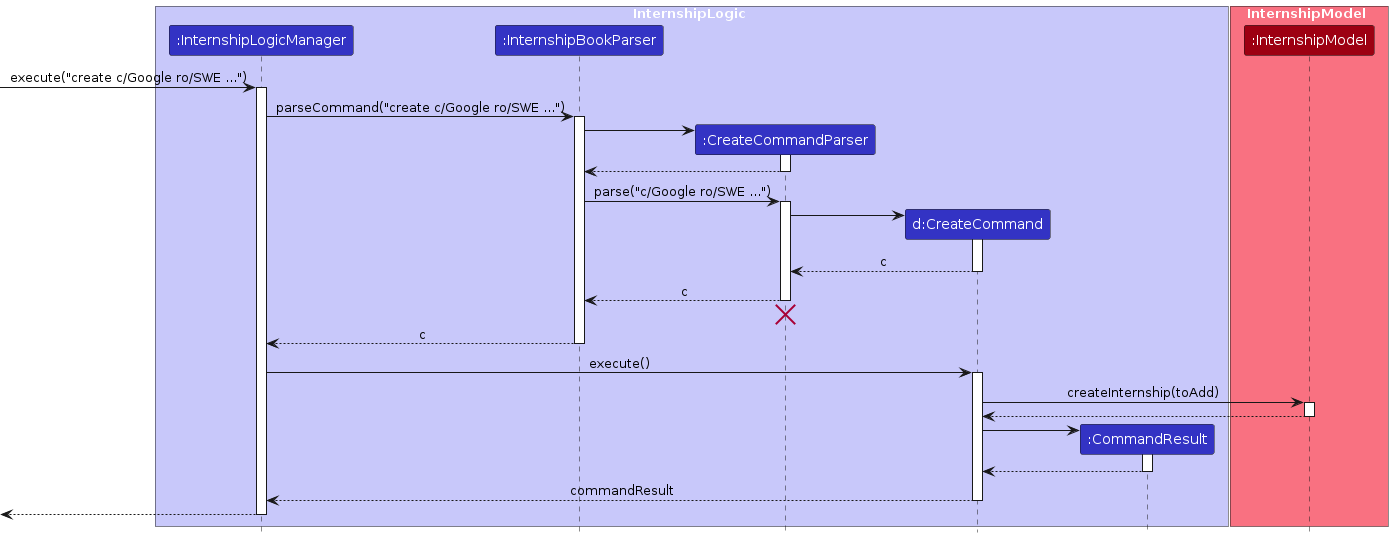
The PlantUML diagram diagrams/CreateSequenceDiagram.png in AY2324S1-CS2103T-W17-1/tp, before a commit. Its source is kept beside it as diagrams/CreateSequenceDiagram.puml. Its diagram source:
```plantuml
@startuml
!include style.puml
skinparam ArrowFontStyle plain

box InternshipLogic LOGIC_COLOR_T1
participant ":InternshipLogicManager" as InternshipLogicManager LOGIC_COLOR
participant ":InternshipBookParser" as InternshipBookParser LOGIC_COLOR
participant ":CreateCommandParser" as CreateCommandParser LOGIC_COLOR
participant "d:CreateCommand" as CreateCommand LOGIC_COLOR
participant ":CommandResult" as CommandResult LOGIC_COLOR
end box

box InternshipModel MODEL_COLOR_T1
participant ":InternshipModel" as InternshipModel MODEL_COLOR
end box

[-> InternshipLogicManager : execute("create c/Google ro/SWE ...")
activate InternshipLogicManager

InternshipLogicManager -> InternshipBookParser : parseCommand("create c/Google ro/SWE ...")
activate InternshipBookParser

create CreateCommandParser
InternshipBookParser -> CreateCommandParser
activate CreateCommandParser

CreateCommandParser --> InternshipBookParser
deactivate CreateCommandParser

InternshipBookParser -> CreateCommandParser : parse("c/Google ro/SWE ...")
activate CreateCommandParser

create CreateCommand
CreateCommandParser -> CreateCommand
activate CreateCommand

CreateCommand --> CreateCommandParser : c
deactivate CreateCommand

CreateCommandParser --> InternshipBookParser : c
deactivate CreateCommandParser
CreateCommandParser -[hidden]-> InternshipBookParser
destroy CreateCommandParser

InternshipBookParser --> InternshipLogicManager : c
deactivate InternshipBookParser

InternshipLogicManager -> CreateCommand : execute()
activate CreateCommand

CreateCommand -> InternshipModel : createInternship(toAdd)
activate InternshipModel

InternshipModel --> CreateCommand
deactivate InternshipModel

create CommandResult
CreateCommand -> CommandResult
activate CommandResult

CommandResult --> CreateCommand
deactivate CommandResult

CreateCommand --> InternshipLogicManager : commandResult

deactivate CreateCommand

[<--InternshipLogicManager
deactivate InternshipLogicManager
@enduml
```
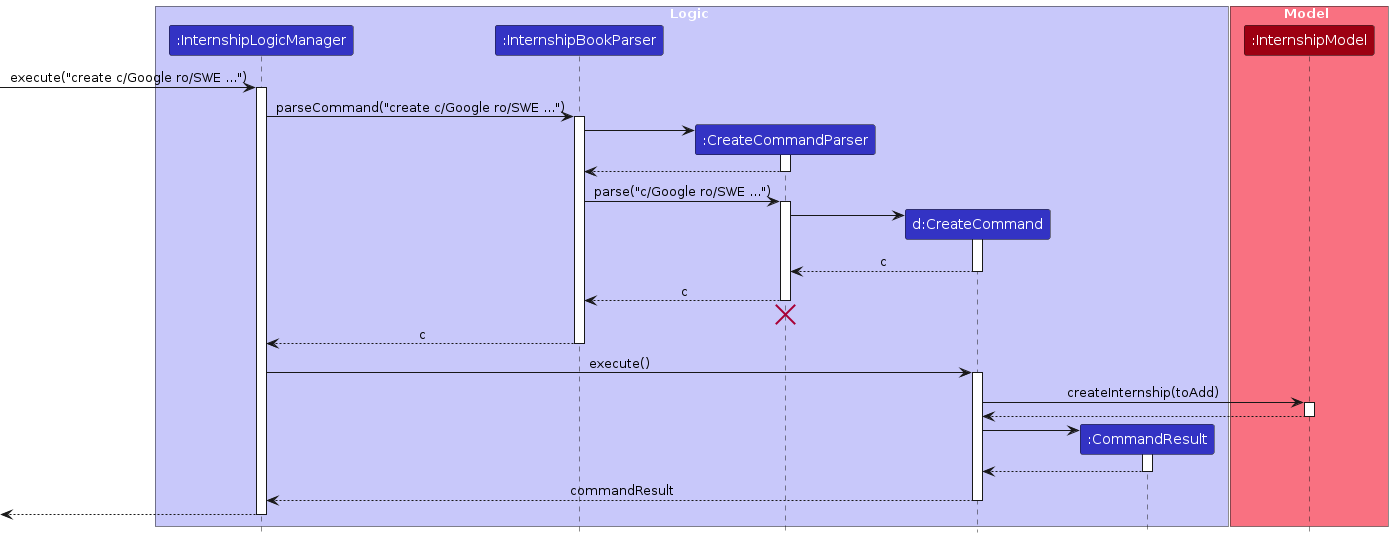
The same diagram one commit later.

The edit, as a diff of the source:
```diff
@@ -2,7 +2,7 @@
 !include style.puml
 skinparam ArrowFontStyle plain
 
-box InternshipLogic LOGIC_COLOR_T1
+box Logic LOGIC_COLOR_T1
 participant ":InternshipLogicManager" as InternshipLogicManager LOGIC_COLOR
 participant ":InternshipBookParser" as InternshipBookParser LOGIC_COLOR
 participant ":CreateCommandParser" as CreateCommandParser LOGIC_COLOR
@@ -10,7 +10,7 @@
 participant ":CommandResult" as CommandResult LOGIC_COLOR
 end box
 
-box InternshipModel MODEL_COLOR_T1
+box Model MODEL_COLOR_T1
 participant ":InternshipModel" as InternshipModel MODEL_COLOR
 end box
 
```
